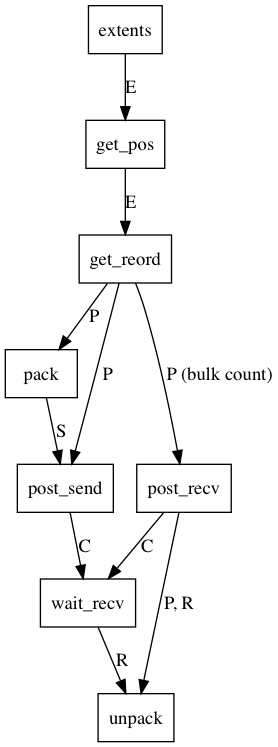
This is doc/rdstr/graphviz/deps.png from uDeviceX/uDeviceX, a Graphviz export, as it was before one commit. Its source is kept beside it as doc/rdstr/graphviz/deps.gv. Its diagram source:
```dot
digraph {
	{
		node [shape=box]
		extents->get_pos->get_reord [label="E"];
		get_reord->pack [label="P"];
		get_reord->post_recv [label="P (bulk count)"];
		pack->post_send [label="S"];
		get_reord->post_send [label="P"];
		post_send->wait_recv [label="C"];
		post_recv->wait_recv [label="C"];
		wait_recv->unpack [label="R"];
		post_recv->unpack [label="P, R"];
	}
}
```
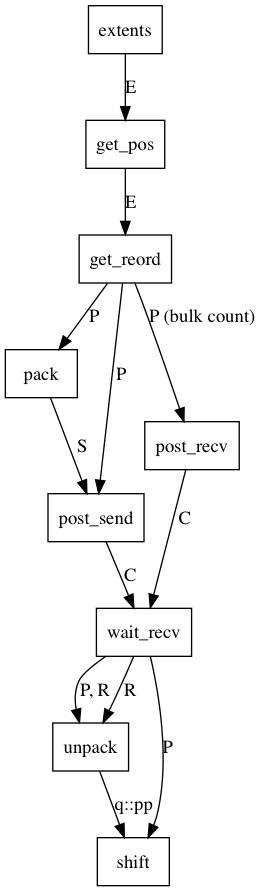
After the change.

Commit message:
add shift in deps

Diff of the diagram source:
```diff
@@ -9,6 +9,8 @@
 		post_send->wait_recv [label="C"];
 		post_recv->wait_recv [label="C"];
 		wait_recv->unpack [label="R"];
-		post_recv->unpack [label="P, R"];
+		wait_recv->unpack [label="P, R"];
+		unpack->shift [label="q::pp"];
+		wait_recv->shift [label="P"];
 	}
 }
```
